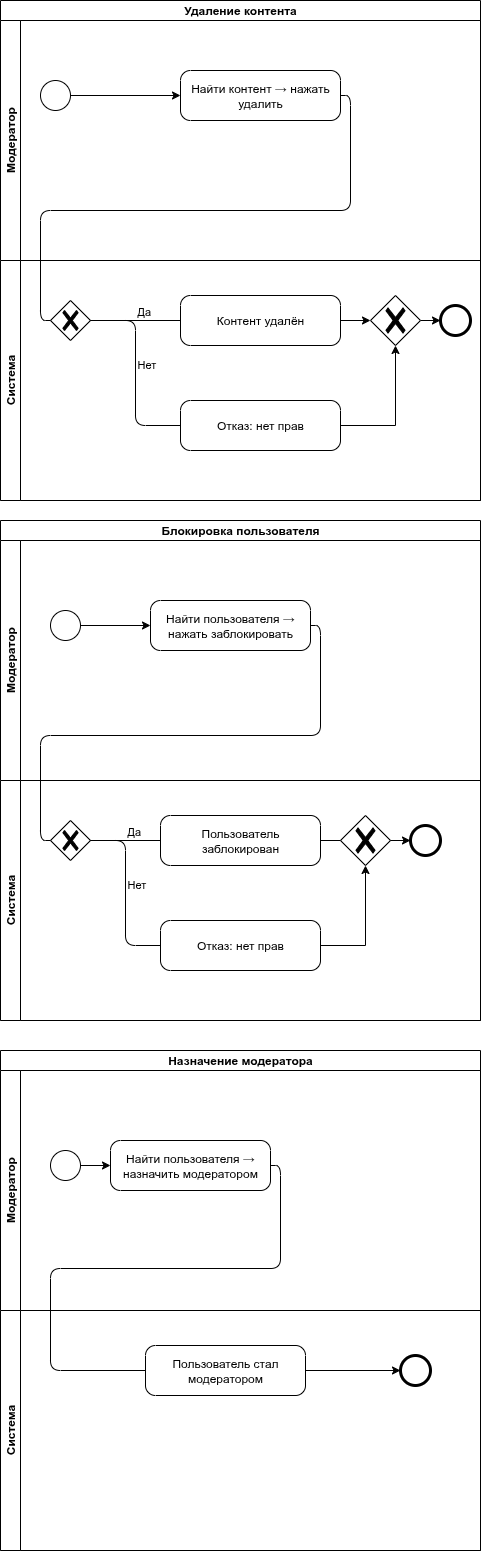
Above: Charts/IDEF0/Untitled Diagram-Page-9.drawio.png in Deumir404/diploma (draw.io), before the change. Source tidied: cells renumbered, new cells last; positions are measured from the earlier drawing's top-left corner, leaving out a move shared by most shapes.
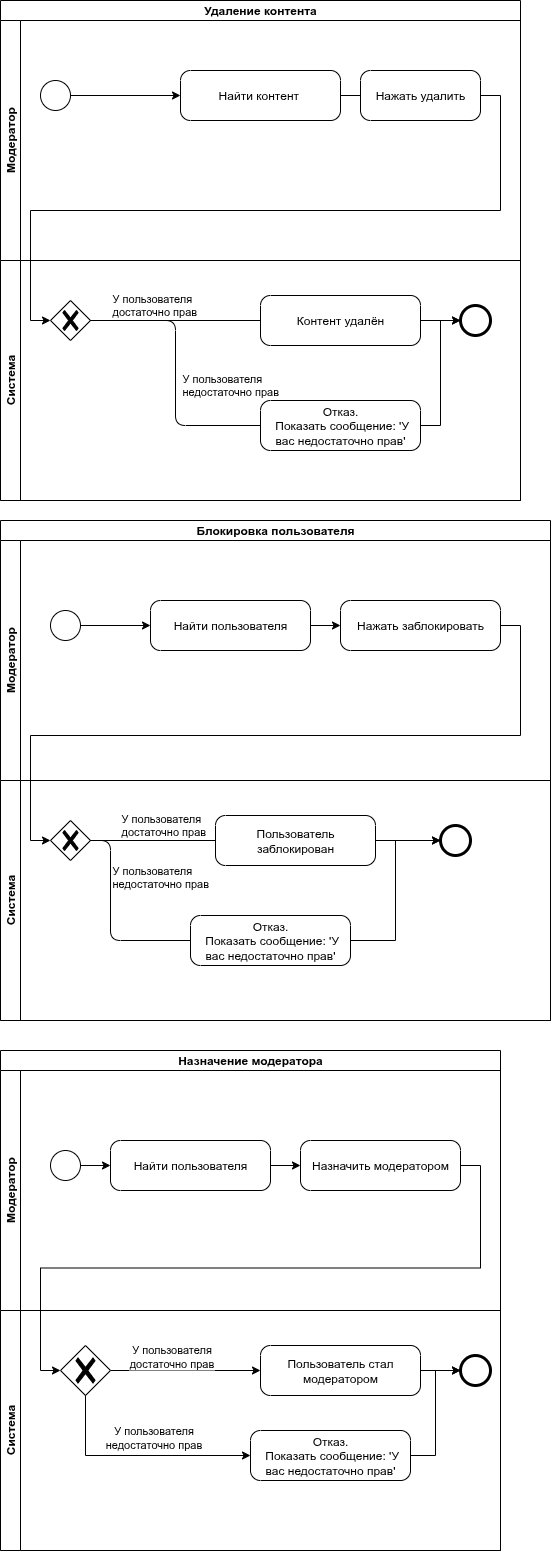
The same diagram one commit later.

The edit, as a diff of the source:
```diff
@@ -5,6 +5,6 @@
     <mxCell id="2" value="Удаление контента" style="swimlane;html=1;horizontal=1;startSize=20;whiteSpace=wrap;" parent="1" vertex="1">
-      <mxGeometry width="480" height="500" as="geometry" />
+      <mxGeometry width="520" height="500" as="geometry" />
     </mxCell>
     <mxCell id="3" value="Модератор" style="swimlane;html=1;startSize=20;horizontal=0;" parent="2" vertex="1">
-      <mxGeometry y="20" width="480" height="240" as="geometry" />
+      <mxGeometry y="20" width="520" height="240" as="geometry" />
     </mxCell>
@@ -16,7 +16,13 @@
     </mxCell>
-    <mxCell id="6" value="Найти контент → нажать удалить" style="points=[[0.25,0,0],[0.5,0,0],[0.75,0,0],[1,0.25,0],[1,0.5,0],[1,0.75,0],[0.75,1,0],[0.5,1,0],[0.25,1,0],[0,0.75,0],[0,0.5,0],[0,0.25,0]];shape=mxgraph.bpmn.task2;whiteSpace=wrap;rectStyle=rounded;size=10;html=1;taskMarker=abstract;" parent="3" vertex="1">
+    <mxCell id="6" value="Найти контент&amp;nbsp;" style="points=[[0.25,0,0],[0.5,0,0],[0.75,0,0],[1,0.25,0],[1,0.5,0],[1,0.75,0],[0.75,1,0],[0.5,1,0],[0.25,1,0],[0,0.75,0],[0,0.5,0],[0,0.25,0]];shape=mxgraph.bpmn.task2;whiteSpace=wrap;rectStyle=rounded;size=10;html=1;taskMarker=abstract;" parent="3" vertex="1">
       <mxGeometry x="180" y="50" width="160" height="50" as="geometry" />
     </mxCell>
+    <mxCell id="45" value="Нажать удалить" style="points=[[0.25,0,0],[0.5,0,0],[0.75,0,0],[1,0.25,0],[1,0.5,0],[1,0.75,0],[0.75,1,0],[0.5,1,0],[0.25,1,0],[0,0.75,0],[0,0.5,0],[0,0.25,0]];shape=mxgraph.bpmn.task2;whiteSpace=wrap;rectStyle=rounded;size=10;html=1;taskMarker=abstract;" parent="3" vertex="1">
+      <mxGeometry x="360" y="50" width="120" height="50" as="geometry" />
+    </mxCell>
+    <mxCell id="18" style="edgeStyle=orthogonalEdgeStyle;html=1;verticalAlign=bottom;endArrow=none;endSize=12;exitX=1;exitY=0.5;entryX=0;entryY=0.5;entryDx=0;entryDy=0;entryPerimeter=0;" parent="3" edge="1" source="6" target="45">
+      <mxGeometry relative="1" as="geometry" />
+    </mxCell>
     <mxCell id="7" value="Система" style="swimlane;html=1;startSize=20;horizontal=0;" parent="2" vertex="1">
-      <mxGeometry y="260" width="480" height="240" as="geometry" />
+      <mxGeometry y="260" width="520" height="240" as="geometry" />
     </mxCell>
@@ -25,37 +31,31 @@
     </mxCell>
+    <mxCell id="46" style="edgeStyle=orthogonalEdgeStyle;rounded=0;jettySize=auto;html=1;exitX=1;exitY=0.5;exitDx=0;exitDy=0;exitPerimeter=0;entryX=0;entryY=0.5;entryDx=0;entryDy=0;" parent="7" edge="1" source="9" target="11">
+      <mxGeometry relative="1" as="geometry" />
+    </mxCell>
     <mxCell id="9" value="Контент удалён" style="points=[[0.25,0,0],[0.5,0,0],[0.75,0,0],[1,0.25,0],[1,0.5,0],[1,0.75,0],[0.75,1,0],[0.5,1,0],[0.25,1,0],[0,0.75,0],[0,0.5,0],[0,0.25,0]];shape=mxgraph.bpmn.task2;whiteSpace=wrap;rectStyle=rounded;size=10;html=1;taskMarker=abstract;" parent="7" vertex="1">
-      <mxGeometry x="180" y="35" width="160" height="50" as="geometry" />
+      <mxGeometry x="260" y="35" width="160" height="50" as="geometry" />
     </mxCell>
-    <mxCell id="10" value="Отказ: нет прав" style="points=[[0.25,0,0],[0.5,0,0],[0.75,0,0],[1,0.25,0],[1,0.5,0],[1,0.75,0],[0.75,1,0],[0.5,1,0],[0.25,1,0],[0,0.75,0],[0,0.5,0],[0,0.25,0]];shape=mxgraph.bpmn.task2;whiteSpace=wrap;rectStyle=rounded;size=10;html=1;taskMarker=abstract;" parent="7" vertex="1">
-      <mxGeometry x="180" y="140" width="160" height="50" as="geometry" />
-    </mxCell>
     <mxCell id="11" style="shape=mxgraph.bpmn.shape;html=1;verticalLabelPosition=bottom;labelBackgroundColor=#ffffff;verticalAlign=top;perimeter=ellipsePerimeter;outlineConnect=0;outline=end;symbol=general;" parent="7" vertex="1">
-      <mxGeometry x="440" y="45" width="30" height="30" as="geometry" />
+      <mxGeometry x="460" y="45" width="30" height="30" as="geometry" />
     </mxCell>
-    <mxCell id="12" value="Да" style="edgeStyle=orthogonalEdgeStyle;html=1;align=left;verticalAlign=bottom;endArrow=none;endSize=12;exitX=1;exitY=0.5;entryX=0;entryY=0.5;" parent="7" edge="1" source="8" target="9">
-      <mxGeometry relative="1" as="geometry" />
+    <mxCell id="12" value="У пользователя&lt;br&gt;достаточно прав" style="edgeStyle=orthogonalEdgeStyle;html=1;align=left;verticalAlign=bottom;endArrow=none;endSize=12;exitX=1;exitY=0.5;entryX=0;entryY=0.5;" parent="7" edge="1" source="8" target="9">
+      <mxGeometry x="-0.76" relative="1" as="geometry" />
     </mxCell>
-    <mxCell id="13" value="Нет" style="edgeStyle=orthogonalEdgeStyle;html=1;align=left;verticalAlign=bottom;endArrow=none;endSize=12;exitX=1;exitY=0.5;entryX=0;entryY=0.5;" parent="7" edge="1" source="8" target="10">
-      <mxGeometry relative="1" as="geometry" />
+    <mxCell id="13" value="У пользователя&lt;br&gt;недостаточно прав" style="edgeStyle=orthogonalEdgeStyle;html=1;align=left;verticalAlign=bottom;endArrow=none;endSize=12;exitX=1;exitY=0.5;entryX=0;entryY=0.5;entryDx=0;entryDy=0;entryPerimeter=0;" parent="7" edge="1" source="8" target="48">
+      <mxGeometry x="0.2" y="5" relative="1" as="geometry" />
     </mxCell>
-    <mxCell id="14" style="edgeStyle=orthogonalEdgeStyle;rounded=0;jettySize=auto;html=1;exitX=1;exitY=0.5;exitDx=0;exitDy=0;exitPerimeter=0;entryX=0;entryY=0.5;entryDx=0;entryDy=0;" parent="7" edge="1" source="15" target="11">
-      <mxGeometry relative="1" as="geometry" />
-    </mxCell>
-    <mxCell id="15" style="points=[[0.25,0.25,0],[0.5,0,0],[0.75,0.25,0],[1,0.5,0],[0.75,0.75,0],[0.5,1,0],[0.25,0.75,0],[0,0.5,0]];shape=mxgraph.bpmn.gateway2;html=1;verticalLabelPosition=bottom;labelBackgroundColor=#ffffff;verticalAlign=top;align=center;perimeter=rhombusPerimeter;outlineConnect=0;outline=none;symbol=none;gwType=exclusive;" parent="7" vertex="1">
-      <mxGeometry x="370" y="35" width="50" height="50" as="geometry" />
-    </mxCell>
-    <mxCell id="16" style="edgeStyle=orthogonalEdgeStyle;rounded=0;jettySize=auto;html=1;exitX=1;exitY=0.5;exitDx=0;exitDy=0;exitPerimeter=0;entryX=0.5;entryY=1;entryDx=0;entryDy=0;entryPerimeter=0;" parent="7" edge="1" source="10" target="15">
-      <mxGeometry relative="1" as="geometry" />
-    </mxCell>
-    <mxCell id="17" style="edgeStyle=orthogonalEdgeStyle;rounded=0;jettySize=auto;html=1;exitX=1;exitY=0.5;exitDx=0;exitDy=0;exitPerimeter=0;entryX=0;entryY=0.5;entryDx=0;entryDy=0;entryPerimeter=0;" parent="7" edge="1" source="9" target="15">
-      <mxGeometry relative="1" as="geometry" />
-    </mxCell>
-    <mxCell id="18" style="edgeStyle=orthogonalEdgeStyle;html=1;verticalAlign=bottom;endArrow=none;endSize=12;exitX=1;exitY=0.5;entryX=0;entryY=0.5;" parent="2" edge="1" source="6" target="8">
-      <mxGeometry relative="1" as="geometry" />
-    </mxCell>
+    <mxCell id="47" style="edgeStyle=orthogonalEdgeStyle;rounded=0;jettySize=auto;html=1;exitX=1;exitY=0.5;exitDx=0;exitDy=0;exitPerimeter=0;entryX=0;entryY=0.5;entryDx=0;entryDy=0;" parent="7" edge="1" source="48" target="11">
+      <mxGeometry relative="1" as="geometry" />
+    </mxCell>
+    <mxCell id="48" value="Отказ.&lt;br&gt;&amp;nbsp;Показать сообщение: 'У вас недостаточно прав'" style="points=[[0.25,0,0],[0.5,0,0],[0.75,0,0],[1,0.25,0],[1,0.5,0],[1,0.75,0],[0.75,1,0],[0.5,1,0],[0.25,1,0],[0,0.75,0],[0,0.5,0],[0,0.25,0]];shape=mxgraph.bpmn.task2;whiteSpace=wrap;rectStyle=rounded;size=10;html=1;taskMarker=abstract;" parent="7" vertex="1">
+      <mxGeometry x="260" y="140" width="160" height="50" as="geometry" />
+    </mxCell>
+    <mxCell id="49" style="edgeStyle=orthogonalEdgeStyle;rounded=0;jettySize=auto;html=1;exitX=1;exitY=0.5;exitDx=0;exitDy=0;exitPerimeter=0;entryX=0;entryY=0.5;entryDx=0;entryDy=0;entryPerimeter=0;" parent="2" edge="1" source="45" target="8">
+      <mxGeometry relative="1" as="geometry" />
+    </mxCell>
     <mxCell id="19" value="Блокировка пользователя" style="swimlane;html=1;horizontal=1;startSize=20;whiteSpace=wrap;" parent="1" vertex="1">
-      <mxGeometry y="520" width="480" height="500" as="geometry" />
+      <mxGeometry y="520" width="550" height="500" as="geometry" />
     </mxCell>
     <mxCell id="20" value="Модератор" style="swimlane;html=1;startSize=20;horizontal=0;" parent="19" vertex="1">
-      <mxGeometry y="20" width="480" height="240" as="geometry" />
+      <mxGeometry y="20" width="550" height="240" as="geometry" />
     </mxCell>
@@ -67,7 +67,13 @@
     </mxCell>
+    <mxCell id="50" style="edgeStyle=orthogonalEdgeStyle;rounded=0;jettySize=auto;html=1;exitX=1;exitY=0.5;exitDx=0;exitDy=0;exitPerimeter=0;" parent="20" edge="1" source="23" target="51">
+      <mxGeometry relative="1" as="geometry" />
+    </mxCell>
-    <mxCell id="23" value="Найти пользователя → нажать заблокировать" style="points=[[0.25,0,0],[0.5,0,0],[0.75,0,0],[1,0.25,0],[1,0.5,0],[1,0.75,0],[0.75,1,0],[0.5,1,0],[0.25,1,0],[0,0.75,0],[0,0.5,0],[0,0.25,0]];shape=mxgraph.bpmn.task2;whiteSpace=wrap;rectStyle=rounded;size=10;html=1;taskMarker=abstract;" parent="20" vertex="1">
+    <mxCell id="23" value="Найти пользователя" style="points=[[0.25,0,0],[0.5,0,0],[0.75,0,0],[1,0.25,0],[1,0.5,0],[1,0.75,0],[0.75,1,0],[0.5,1,0],[0.25,1,0],[0,0.75,0],[0,0.5,0],[0,0.25,0]];shape=mxgraph.bpmn.task2;whiteSpace=wrap;rectStyle=rounded;size=10;html=1;taskMarker=abstract;" parent="20" vertex="1">
       <mxGeometry x="150" y="60" width="160" height="50" as="geometry" />
     </mxCell>
+    <mxCell id="51" value="Нажать заблокировать" style="points=[[0.25,0,0],[0.5,0,0],[0.75,0,0],[1,0.25,0],[1,0.5,0],[1,0.75,0],[0.75,1,0],[0.5,1,0],[0.25,1,0],[0,0.75,0],[0,0.5,0],[0,0.25,0]];shape=mxgraph.bpmn.task2;whiteSpace=wrap;rectStyle=rounded;size=10;html=1;taskMarker=abstract;" parent="20" vertex="1">
+      <mxGeometry x="340" y="60" width="160" height="50" as="geometry" />
+    </mxCell>
     <mxCell id="24" value="Система" style="swimlane;html=1;startSize=20;horizontal=0;" parent="19" vertex="1">
-      <mxGeometry y="260" width="480" height="240" as="geometry" />
+      <mxGeometry y="260" width="550" height="240" as="geometry" />
     </mxCell>
@@ -80,30 +86,32 @@
     <mxCell id="27" value="Пользователь заблокирован" style="points=[[0.25,0,0],[0.5,0,0],[0.75,0,0],[1,0.25,0],[1,0.5,0],[1,0.75,0],[0.75,1,0],[0.5,1,0],[0.25,1,0],[0,0.75,0],[0,0.5,0],[0,0.25,0]];shape=mxgraph.bpmn.task2;whiteSpace=wrap;rectStyle=rounded;size=10;html=1;taskMarker=abstract;" parent="24" vertex="1">
-      <mxGeometry x="160" y="35" width="160" height="50" as="geometry" />
+      <mxGeometry x="215" y="35" width="160" height="50" as="geometry" />
     </mxCell>
-    <mxCell id="28" style="edgeStyle=orthogonalEdgeStyle;rounded=0;jettySize=auto;html=1;exitX=1;exitY=0.5;exitDx=0;exitDy=0;exitPerimeter=0;entryX=0.5;entryY=1;entryDx=0;entryDy=0;entryPerimeter=0;" parent="24" edge="1" source="29" target="33">
-      <mxGeometry relative="1" as="geometry" />
-    </mxCell>
-    <mxCell id="29" value="Отказ: нет прав" style="points=[[0.25,0,0],[0.5,0,0],[0.75,0,0],[1,0.25,0],[1,0.5,0],[1,0.75,0],[0.75,1,0],[0.5,1,0],[0.25,1,0],[0,0.75,0],[0,0.5,0],[0,0.25,0]];shape=mxgraph.bpmn.task2;whiteSpace=wrap;rectStyle=rounded;size=10;html=1;taskMarker=abstract;" parent="24" vertex="1">
-      <mxGeometry x="160" y="140" width="160" height="50" as="geometry" />
-    </mxCell>
     <mxCell id="30" style="shape=mxgraph.bpmn.shape;html=1;verticalLabelPosition=bottom;labelBackgroundColor=#ffffff;verticalAlign=top;perimeter=ellipsePerimeter;outlineConnect=0;outline=end;symbol=general;" parent="24" vertex="1">
-      <mxGeometry x="410" y="45" width="30" height="30" as="geometry" />
+      <mxGeometry x="440" y="45" width="30" height="30" as="geometry" />
     </mxCell>
-    <mxCell id="31" value="Да" style="edgeStyle=orthogonalEdgeStyle;html=1;align=left;verticalAlign=bottom;endArrow=none;endSize=12;exitX=1;exitY=0.5;entryX=0;entryY=0.5;" parent="24" edge="1" source="25" target="27">
-      <mxGeometry relative="1" as="geometry" />
+    <mxCell id="31" value="У пользователя&lt;br&gt;достаточно прав" style="edgeStyle=orthogonalEdgeStyle;html=1;align=left;verticalAlign=bottom;endArrow=none;endSize=12;exitX=1;exitY=0.5;entryX=0;entryY=0.5;" parent="24" edge="1" source="25" target="27">
+      <mxGeometry x="-0.53" relative="1" as="geometry" />
     </mxCell>
-    <mxCell id="32" value="Нет" style="edgeStyle=orthogonalEdgeStyle;html=1;align=left;verticalAlign=bottom;endArrow=none;endSize=12;exitX=1;exitY=0.5;entryX=0;entryY=0.5;" parent="24" edge="1" source="25" target="29">
-      <mxGeometry relative="1" as="geometry" />
+    <mxCell id="32" value="У пользователя&lt;br&gt;недостаточно прав" style="edgeStyle=orthogonalEdgeStyle;html=1;align=left;verticalAlign=bottom;endArrow=none;endSize=12;exitX=1;exitY=0.5;entryX=0;entryY=0.5;entryDx=0;entryDy=0;entryPerimeter=0;" parent="24" edge="1" source="25" target="53">
+      <mxGeometry x="-0.28" relative="1" as="geometry">
+        <Array as="points">
+          <mxPoint x="110" y="60" />
+          <mxPoint x="110" y="160" />
+        </Array>
+      </mxGeometry>
     </mxCell>
-    <mxCell id="33" style="points=[[0.25,0.25,0],[0.5,0,0],[0.75,0.25,0],[1,0.5,0],[0.75,0.75,0],[0.5,1,0],[0.25,0.75,0],[0,0.5,0]];shape=mxgraph.bpmn.gateway2;html=1;verticalLabelPosition=bottom;labelBackgroundColor=#ffffff;verticalAlign=top;align=center;perimeter=rhombusPerimeter;outlineConnect=0;outline=none;symbol=none;gwType=exclusive;" parent="24" vertex="1">
-      <mxGeometry x="340" y="35" width="50" height="50" as="geometry" />
-    </mxCell>
-    <mxCell id="34" style="edgeStyle=orthogonalEdgeStyle;html=1;verticalAlign=bottom;endArrow=none;endSize=12;exitX=1;exitY=0.5;entryX=0;entryY=0.5;" parent="19" edge="1" source="23" target="25">
-      <mxGeometry relative="1" as="geometry" />
-    </mxCell>
+    <mxCell id="52" style="edgeStyle=orthogonalEdgeStyle;rounded=0;jettySize=auto;html=1;exitX=1;exitY=0.5;exitDx=0;exitDy=0;exitPerimeter=0;entryX=0;entryY=0.5;entryDx=0;entryDy=0;" parent="24" edge="1" source="53" target="30">
+      <mxGeometry relative="1" as="geometry" />
+    </mxCell>
+    <mxCell id="53" value="Отказ.&lt;br&gt;&amp;nbsp;Показать сообщение: 'У вас недостаточно прав'" style="points=[[0.25,0,0],[0.5,0,0],[0.75,0,0],[1,0.25,0],[1,0.5,0],[1,0.75,0],[0.75,1,0],[0.5,1,0],[0.25,1,0],[0,0.75,0],[0,0.5,0],[0,0.25,0]];shape=mxgraph.bpmn.task2;whiteSpace=wrap;rectStyle=rounded;size=10;html=1;taskMarker=abstract;" parent="24" vertex="1">
+      <mxGeometry x="190" y="135" width="160" height="50" as="geometry" />
+    </mxCell>
+    <mxCell id="54" style="edgeStyle=orthogonalEdgeStyle;rounded=0;jettySize=auto;html=1;exitX=1;exitY=0.5;exitDx=0;exitDy=0;exitPerimeter=0;entryX=0;entryY=0.5;entryDx=0;entryDy=0;entryPerimeter=0;" parent="19" edge="1" source="51" target="25">
+      <mxGeometry relative="1" as="geometry" />
+    </mxCell>
     <mxCell id="35" value="Назначение модератора" style="swimlane;html=1;horizontal=1;startSize=20;whiteSpace=wrap;" parent="1" vertex="1">
-      <mxGeometry y="1050" width="480" height="500" as="geometry" />
+      <mxGeometry y="1050" width="500" height="500" as="geometry" />
     </mxCell>
     <mxCell id="36" value="Модератор" style="swimlane;html=1;startSize=20;horizontal=0;" parent="35" vertex="1">
-      <mxGeometry y="20" width="480" height="240" as="geometry" />
+      <mxGeometry y="20" width="500" height="240" as="geometry" />
     </mxCell>
@@ -112,3 +120,3 @@
     </mxCell>
-    <mxCell id="38" value="Найти пользователя → назначить модератором" style="points=[[0.25,0,0],[0.5,0,0],[0.75,0,0],[1,0.25,0],[1,0.5,0],[1,0.75,0],[0.75,1,0],[0.5,1,0],[0.25,1,0],[0,0.75,0],[0,0.5,0],[0,0.25,0]];shape=mxgraph.bpmn.task2;whiteSpace=wrap;rectStyle=rounded;size=10;html=1;taskMarker=abstract;" parent="36" vertex="1">
+    <mxCell id="38" value="Найти пользователя" style="points=[[0.25,0,0],[0.5,0,0],[0.75,0,0],[1,0.25,0],[1,0.5,0],[1,0.75,0],[0.75,1,0],[0.5,1,0],[0.25,1,0],[0,0.75,0],[0,0.5,0],[0,0.25,0]];shape=mxgraph.bpmn.task2;whiteSpace=wrap;rectStyle=rounded;size=10;html=1;taskMarker=abstract;" parent="36" vertex="1">
       <mxGeometry x="110" y="70" width="160" height="50" as="geometry" />
@@ -118,4 +126,10 @@
     </mxCell>
+    <mxCell id="55" value="Назначить модератором" style="points=[[0.25,0,0],[0.5,0,0],[0.75,0,0],[1,0.25,0],[1,0.5,0],[1,0.75,0],[0.75,1,0],[0.5,1,0],[0.25,1,0],[0,0.75,0],[0,0.5,0],[0,0.25,0]];shape=mxgraph.bpmn.task2;whiteSpace=wrap;rectStyle=rounded;size=10;html=1;taskMarker=abstract;" parent="36" vertex="1">
+      <mxGeometry x="300" y="70" width="160" height="50" as="geometry" />
+    </mxCell>
+    <mxCell id="56" style="edgeStyle=orthogonalEdgeStyle;rounded=0;jettySize=auto;html=1;exitX=1;exitY=0.5;exitDx=0;exitDy=0;exitPerimeter=0;entryX=0;entryY=0.5;entryDx=0;entryDy=0;entryPerimeter=0;" parent="36" edge="1" source="38" target="55">
+      <mxGeometry relative="1" as="geometry" />
+    </mxCell>
     <mxCell id="40" value="Система" style="swimlane;html=1;startSize=20;horizontal=0;" parent="35" vertex="1">
-      <mxGeometry y="260" width="480" height="240" as="geometry" />
+      <mxGeometry y="260" width="500" height="240" as="geometry" />
     </mxCell>
@@ -125,17 +139,35 @@
     <mxCell id="42" value="Пользователь стал модератором" style="points=[[0.25,0,0],[0.5,0,0],[0.75,0,0],[1,0.25,0],[1,0.5,0],[1,0.75,0],[0.75,1,0],[0.5,1,0],[0.25,1,0],[0,0.75,0],[0,0.5,0],[0,0.25,0]];shape=mxgraph.bpmn.task2;whiteSpace=wrap;rectStyle=rounded;size=10;html=1;taskMarker=abstract;" parent="40" vertex="1">
-      <mxGeometry x="145" y="35" width="160" height="50" as="geometry" />
+      <mxGeometry x="260" y="35" width="160" height="50" as="geometry" />
     </mxCell>
     <mxCell id="43" style="shape=mxgraph.bpmn.shape;html=1;verticalLabelPosition=bottom;labelBackgroundColor=#ffffff;verticalAlign=top;perimeter=ellipsePerimeter;outlineConnect=0;outline=end;symbol=general;" parent="40" vertex="1">
-      <mxGeometry x="400" y="45" width="30" height="30" as="geometry" />
+      <mxGeometry x="460" y="45" width="30" height="30" as="geometry" />
     </mxCell>
-    <mxCell id="44" style="edgeStyle=orthogonalEdgeStyle;html=1;verticalAlign=bottom;endArrow=none;endSize=12;exitX=1;exitY=0.5;entryX=0;entryY=0.5;entryDx=0;entryDy=0;entryPerimeter=0;" parent="35" edge="1" source="38" target="42">
-      <mxGeometry relative="1" as="geometry">
-        <Array as="points">
-          <mxPoint x="280" y="115" />
-          <mxPoint x="280" y="218" />
-          <mxPoint x="50" y="218" />
-          <mxPoint x="50" y="320" />
-        </Array>
-      </mxGeometry>
-    </mxCell>
+    <mxCell id="57" style="edgeStyle=orthogonalEdgeStyle;rounded=0;jettySize=auto;html=1;exitX=1;exitY=0.5;exitDx=0;exitDy=0;exitPerimeter=0;" parent="40" edge="1" source="59" target="42">
+      <mxGeometry relative="1" as="geometry" />
+    </mxCell>
+    <mxCell id="58" value="&lt;span style=&quot;text-align: left;&quot;&gt;У пользователя&lt;/span&gt;&lt;br style=&quot;text-align: left;&quot;&gt;&lt;span style=&quot;text-align: left;&quot;&gt;достаточно прав&lt;/span&gt;" style="edgeLabel;html=1;align=center;verticalAlign=middle;" parent="57" vertex="1">
+      <mxGeometry x="-0.73" y="2" relative="1" as="geometry">
+        <mxPoint x="40" y="-13" as="offset" />
+      </mxGeometry>
+    </mxCell>
+    <mxCell id="59" style="points=[[0.25,0.25,0],[0.5,0,0],[0.75,0.25,0],[1,0.5,0],[0.75,0.75,0],[0.5,1,0],[0.25,0.75,0],[0,0.5,0]];shape=mxgraph.bpmn.gateway2;html=1;verticalLabelPosition=bottom;labelBackgroundColor=#ffffff;verticalAlign=top;align=center;perimeter=rhombusPerimeter;outlineConnect=0;outline=none;symbol=none;gwType=exclusive;" parent="40" vertex="1">
+      <mxGeometry x="60" y="35" width="50" height="50" as="geometry" />
+    </mxCell>
+    <mxCell id="60" style="edgeStyle=orthogonalEdgeStyle;rounded=0;jettySize=auto;html=1;exitX=0.5;exitY=1;exitDx=0;exitDy=0;exitPerimeter=0;entryX=0;entryY=0.5;entryDx=0;entryDy=0;entryPerimeter=0;" parent="40" edge="1" source="59" target="63">
+      <mxGeometry relative="1" as="geometry" />
+    </mxCell>
+    <mxCell id="61" value="&lt;span style=&quot;text-align: left;&quot;&gt;У пользователя&lt;/span&gt;&lt;br style=&quot;text-align: left;&quot;&gt;&lt;span style=&quot;text-align: left;&quot;&gt;недостаточно прав&lt;/span&gt;" style="edgeLabel;html=1;align=center;verticalAlign=middle;" parent="60" vertex="1">
+      <mxGeometry x="-0.47" y="2" relative="1" as="geometry">
+        <mxPoint x="65" y="-18" as="offset" />
+      </mxGeometry>
+    </mxCell>
+    <mxCell id="62" style="edgeStyle=orthogonalEdgeStyle;rounded=0;jettySize=auto;html=1;exitX=1;exitY=0.5;exitDx=0;exitDy=0;exitPerimeter=0;entryX=0;entryY=0.5;entryDx=0;entryDy=0;" parent="40" edge="1" source="63" target="43">
+      <mxGeometry relative="1" as="geometry" />
+    </mxCell>
+    <mxCell id="63" value="Отказ.&lt;br&gt;&amp;nbsp;Показать сообщение: 'У вас недостаточно прав'" style="points=[[0.25,0,0],[0.5,0,0],[0.75,0,0],[1,0.25,0],[1,0.5,0],[1,0.75,0],[0.75,1,0],[0.5,1,0],[0.25,1,0],[0,0.75,0],[0,0.5,0],[0,0.25,0]];shape=mxgraph.bpmn.task2;whiteSpace=wrap;rectStyle=rounded;size=10;html=1;taskMarker=abstract;" parent="40" vertex="1">
+      <mxGeometry x="250" y="120" width="160" height="50" as="geometry" />
+    </mxCell>
+    <mxCell id="64" style="edgeStyle=orthogonalEdgeStyle;rounded=0;jettySize=auto;html=1;exitX=1;exitY=0.5;exitDx=0;exitDy=0;exitPerimeter=0;entryX=0;entryY=0.5;entryDx=0;entryDy=0;entryPerimeter=0;" parent="35" edge="1" source="55" target="59">
+      <mxGeometry relative="1" as="geometry" />
+    </mxCell>
   </root>
```
